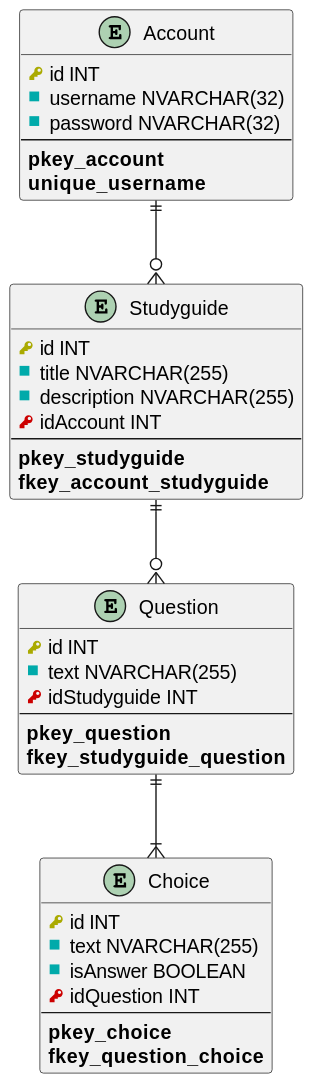
This is docs/schema diagram.svg from Kirya-D/StudyGroup, a PlantUML export, as it was before one commit.
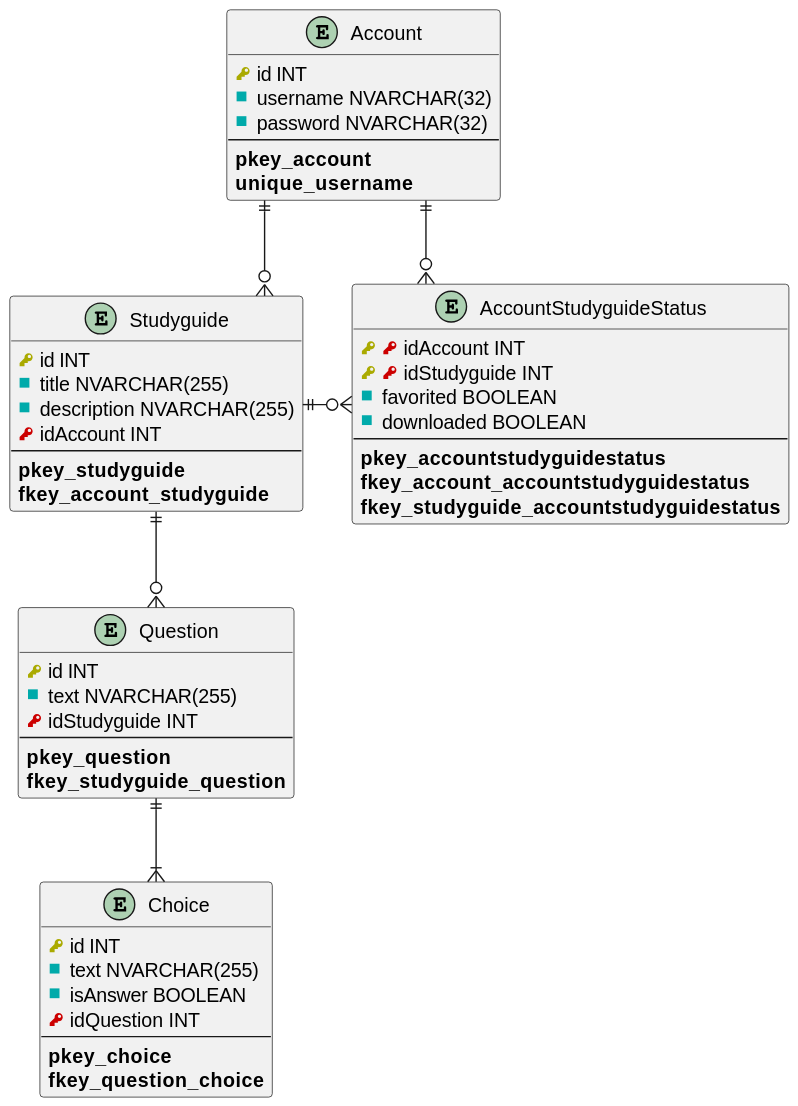
Later version of the same file.

Change to the diagram source:
```diff
@@ -12,6 +12,17 @@
     --
     INDEX(pkey_account)
     INDEX(unique_username)
+}
+
+entity "AccountStudyguideStatus" {
+    Pkey Fkey idAccount INT
+    Pkey Fkey idStudyguide INT
+    Column favorited BOOLEAN
+    Column downloaded BOOLEAN
+    --
+    INDEX(pkey_accountstudyguidestatus)
+    INDEX(fkey_account_accountstudyguidestatus)
+    INDEX(fkey_studyguide_accountstudyguidestatus)
 }
 
 entity "Studyguide" {
@@ -43,6 +54,8 @@
     INDEX(fkey_question_choice)
 }
 
+Account ||--o{AccountStudyguideStatus
+Studyguide ||-o{AccountStudyguideStatus
 Account ||--o{ Studyguide
 Studyguide ||--o{ Question
 Question ||--|{ Choice
```
